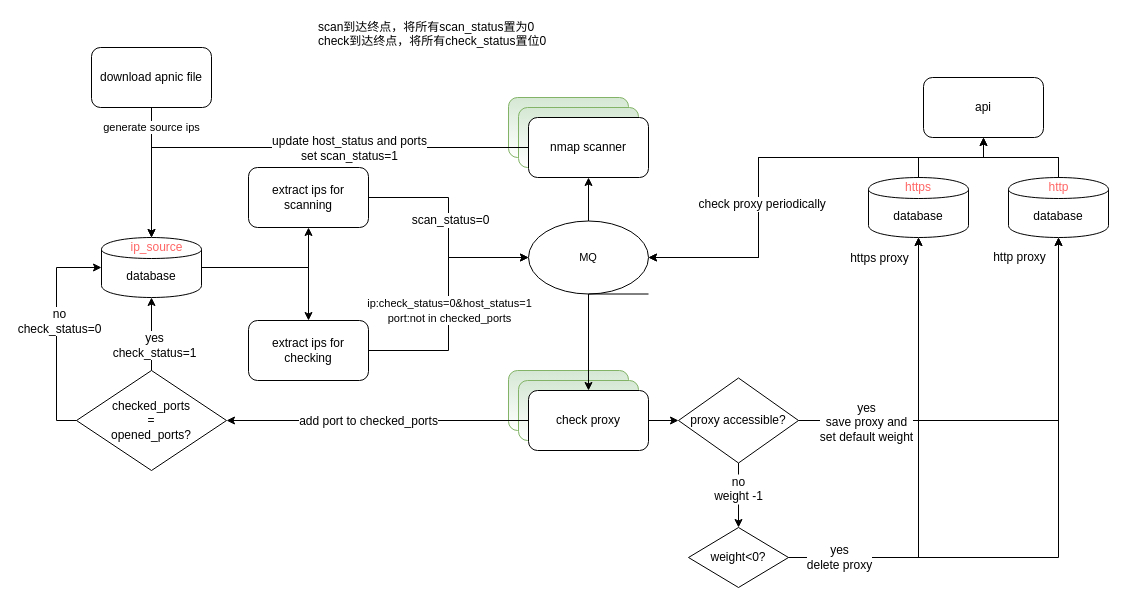
This is flow.drawio from bjjdkp/Proxies-Pool, a draw.io file, before an edit. Source tidied: cells renumbered, new cells numbered last; positions are measured from the earlier drawing's top-left corner, leaving out a move shared by most shapes. Both pictures are drawn from the tidied source at 100%, with x=0, y=0 at pixel (76, 17).
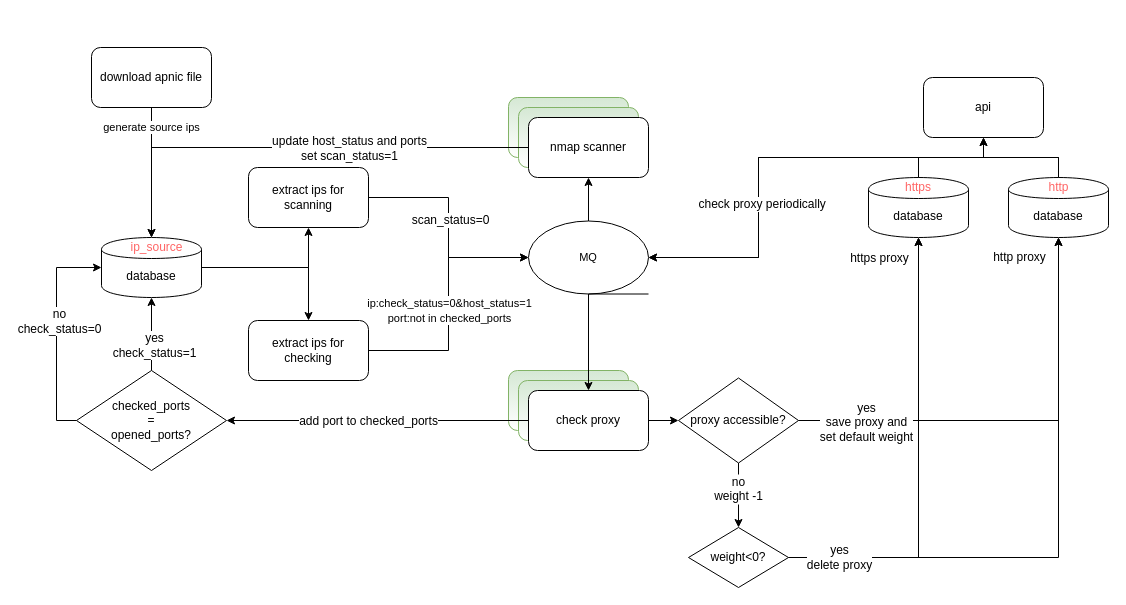
Above is the later version.

Commit message (it also covers changes not shown here):
update flow chart and upload flow.png

The edit, as a diff of the source:
```diff
@@
-    <mxCell id="64" value="scan到达终点，将所有scan_status置为0&lt;br&gt;check到达终点，将所有check_status置位0" style="text;html=1;align=left;verticalAlign=top;spacingTop=-4;" parent="1" vertex="1">
-      <mxGeometry x="240" width="240" height="30" as="geometry" />
-    </mxCell>
```
